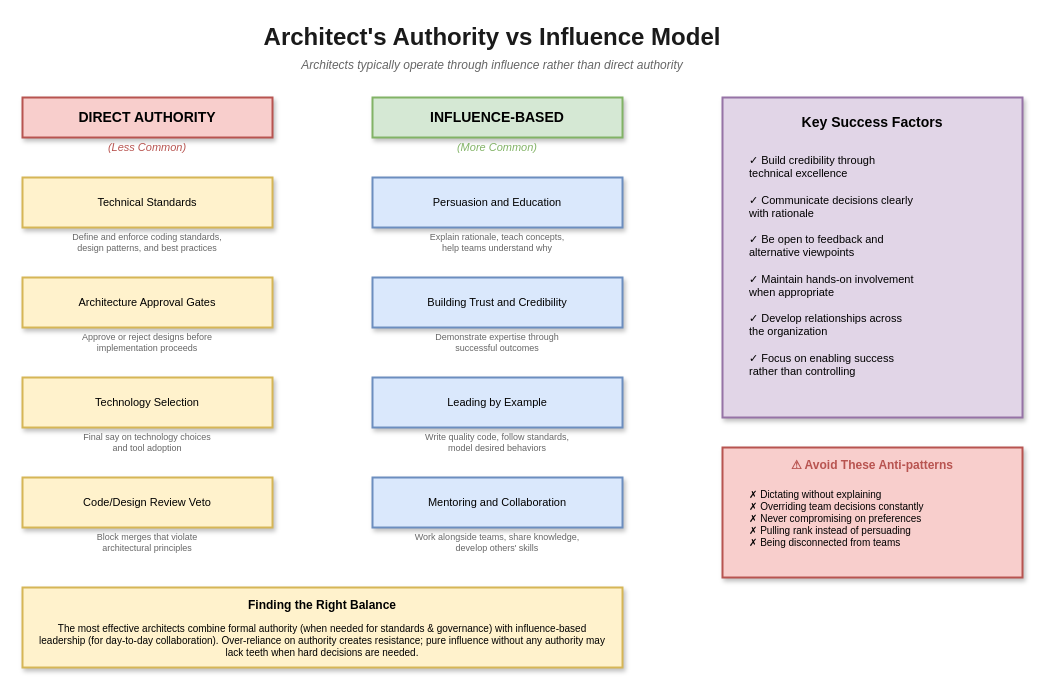
The draw.io diagram lesson-00-software-architect-overview/02-organizational-positioning/2.6-authority-vs-influence.drawio in MrParkerZ7/document-lesson-software-architect-x-claude, before the edit. Source tidied: cells renumbered, new cells numbered last; positions are measured from the earlier drawing's top-left corner, leaving out a move shared by most shapes. Both pictures are drawn from the tidied source at 100%, with x=0, y=0 at pixel (22, 17).
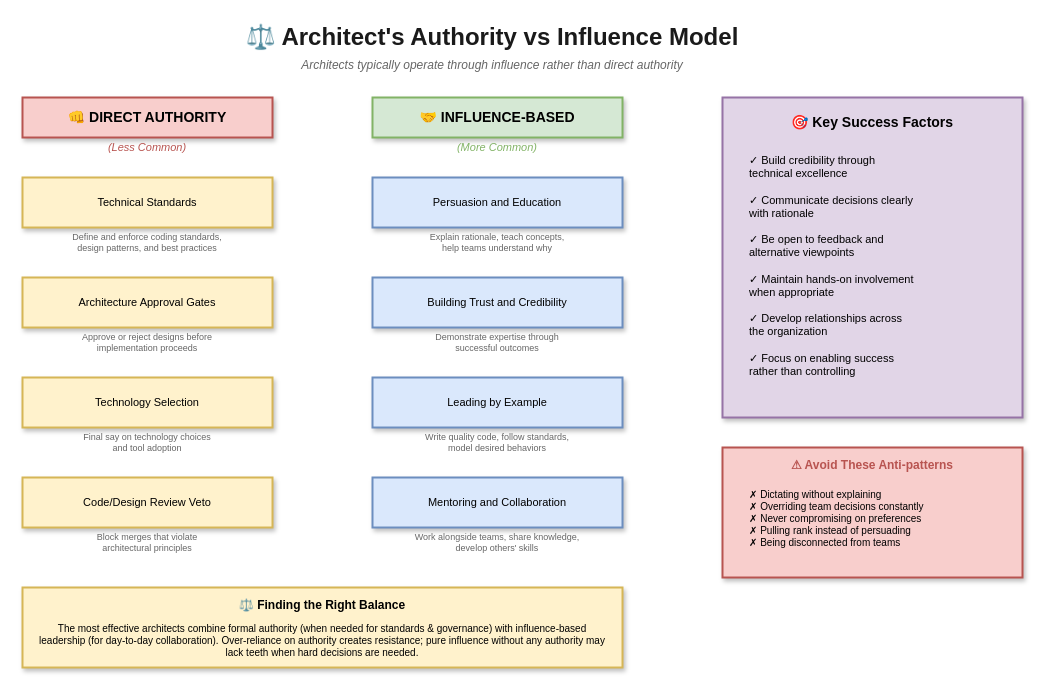
Above is the later version.

What changed in the source:
```diff
@@
-    <mxCell id="2" value="Architect's Authority vs Influence Model" style="text;html=1;strokeColor=none;fillColor=none;align=center;verticalAlign=middle;whiteSpace=wrap;rounded=0;fontSize=24;fontStyle=1;fontColor=#1a1a1a;" parent="1" vertex="1">
+    <mxCell id="2" value="⚖️ Architect's Authority vs Influence Model" style="text;html=1;strokeColor=none;fillColor=none;align=center;verticalAlign=middle;whiteSpace=wrap;rounded=0;fontSize=24;fontStyle=1;fontColor=#1a1a1a;" parent="1" vertex="1">
       <mxGeometry x="220" width="500" height="40" as="geometry" />
     </mxCell>
@@
-    <mxCell id="4" value="DIRECT AUTHORITY" style="rounded=0;whiteSpace=wrap;html=1;fillColor=#f8cecc;strokeColor=#b85450;fontSize=14;fontStyle=1;shadow=1;strokeWidth=2;" parent="1" vertex="1">
+    <mxCell id="4" value="👊 DIRECT AUTHORITY" style="rounded=0;whiteSpace=wrap;html=1;fillColor=#f8cecc;strokeColor=#b85450;fontSize=14;fontStyle=1;shadow=1;strokeWidth=2;" parent="1" vertex="1">
       <mxGeometry y="80" width="250" height="40" as="geometry" />
     </mxCell>
@@
-    <mxCell id="14" value="INFLUENCE-BASED" style="rounded=0;whiteSpace=wrap;html=1;fillColor=#d5e8d4;strokeColor=#82b366;fontSize=14;fontStyle=1;shadow=1;strokeWidth=2;" parent="1" vertex="1">
+    <mxCell id="14" value="🤝 INFLUENCE-BASED" style="rounded=0;whiteSpace=wrap;html=1;fillColor=#d5e8d4;strokeColor=#82b366;fontSize=14;fontStyle=1;shadow=1;strokeWidth=2;" parent="1" vertex="1">
       <mxGeometry x="350" y="80" width="250" height="40" as="geometry" />
     </mxCell>
@@
-    <mxCell id="25" value="Key Success Factors" style="text;html=1;strokeColor=none;fillColor=none;align=center;verticalAlign=middle;whiteSpace=wrap;rounded=0;fontSize=14;fontStyle=1;" parent="1" vertex="1">
+    <mxCell id="25" value="🎯 Key Success Factors" style="text;html=1;strokeColor=none;fillColor=none;align=center;verticalAlign=middle;whiteSpace=wrap;rounded=0;fontSize=14;fontStyle=1;" parent="1" vertex="1">
       <mxGeometry x="750" y="90" width="200" height="30" as="geometry" />
     </mxCell>
@@
-    <mxCell id="28" value="Finding the Right Balance" style="text;html=1;strokeColor=none;fillColor=none;align=center;verticalAlign=middle;whiteSpace=wrap;rounded=0;fontSize=12;fontStyle=1;" parent="1" vertex="1">
+    <mxCell id="28" value="⚖️ Finding the Right Balance" style="text;html=1;strokeColor=none;fillColor=none;align=center;verticalAlign=middle;whiteSpace=wrap;rounded=0;fontSize=12;fontStyle=1;" parent="1" vertex="1">
       <mxGeometry x="200" y="575" width="200" height="25" as="geometry" />
     </mxCell>
```
